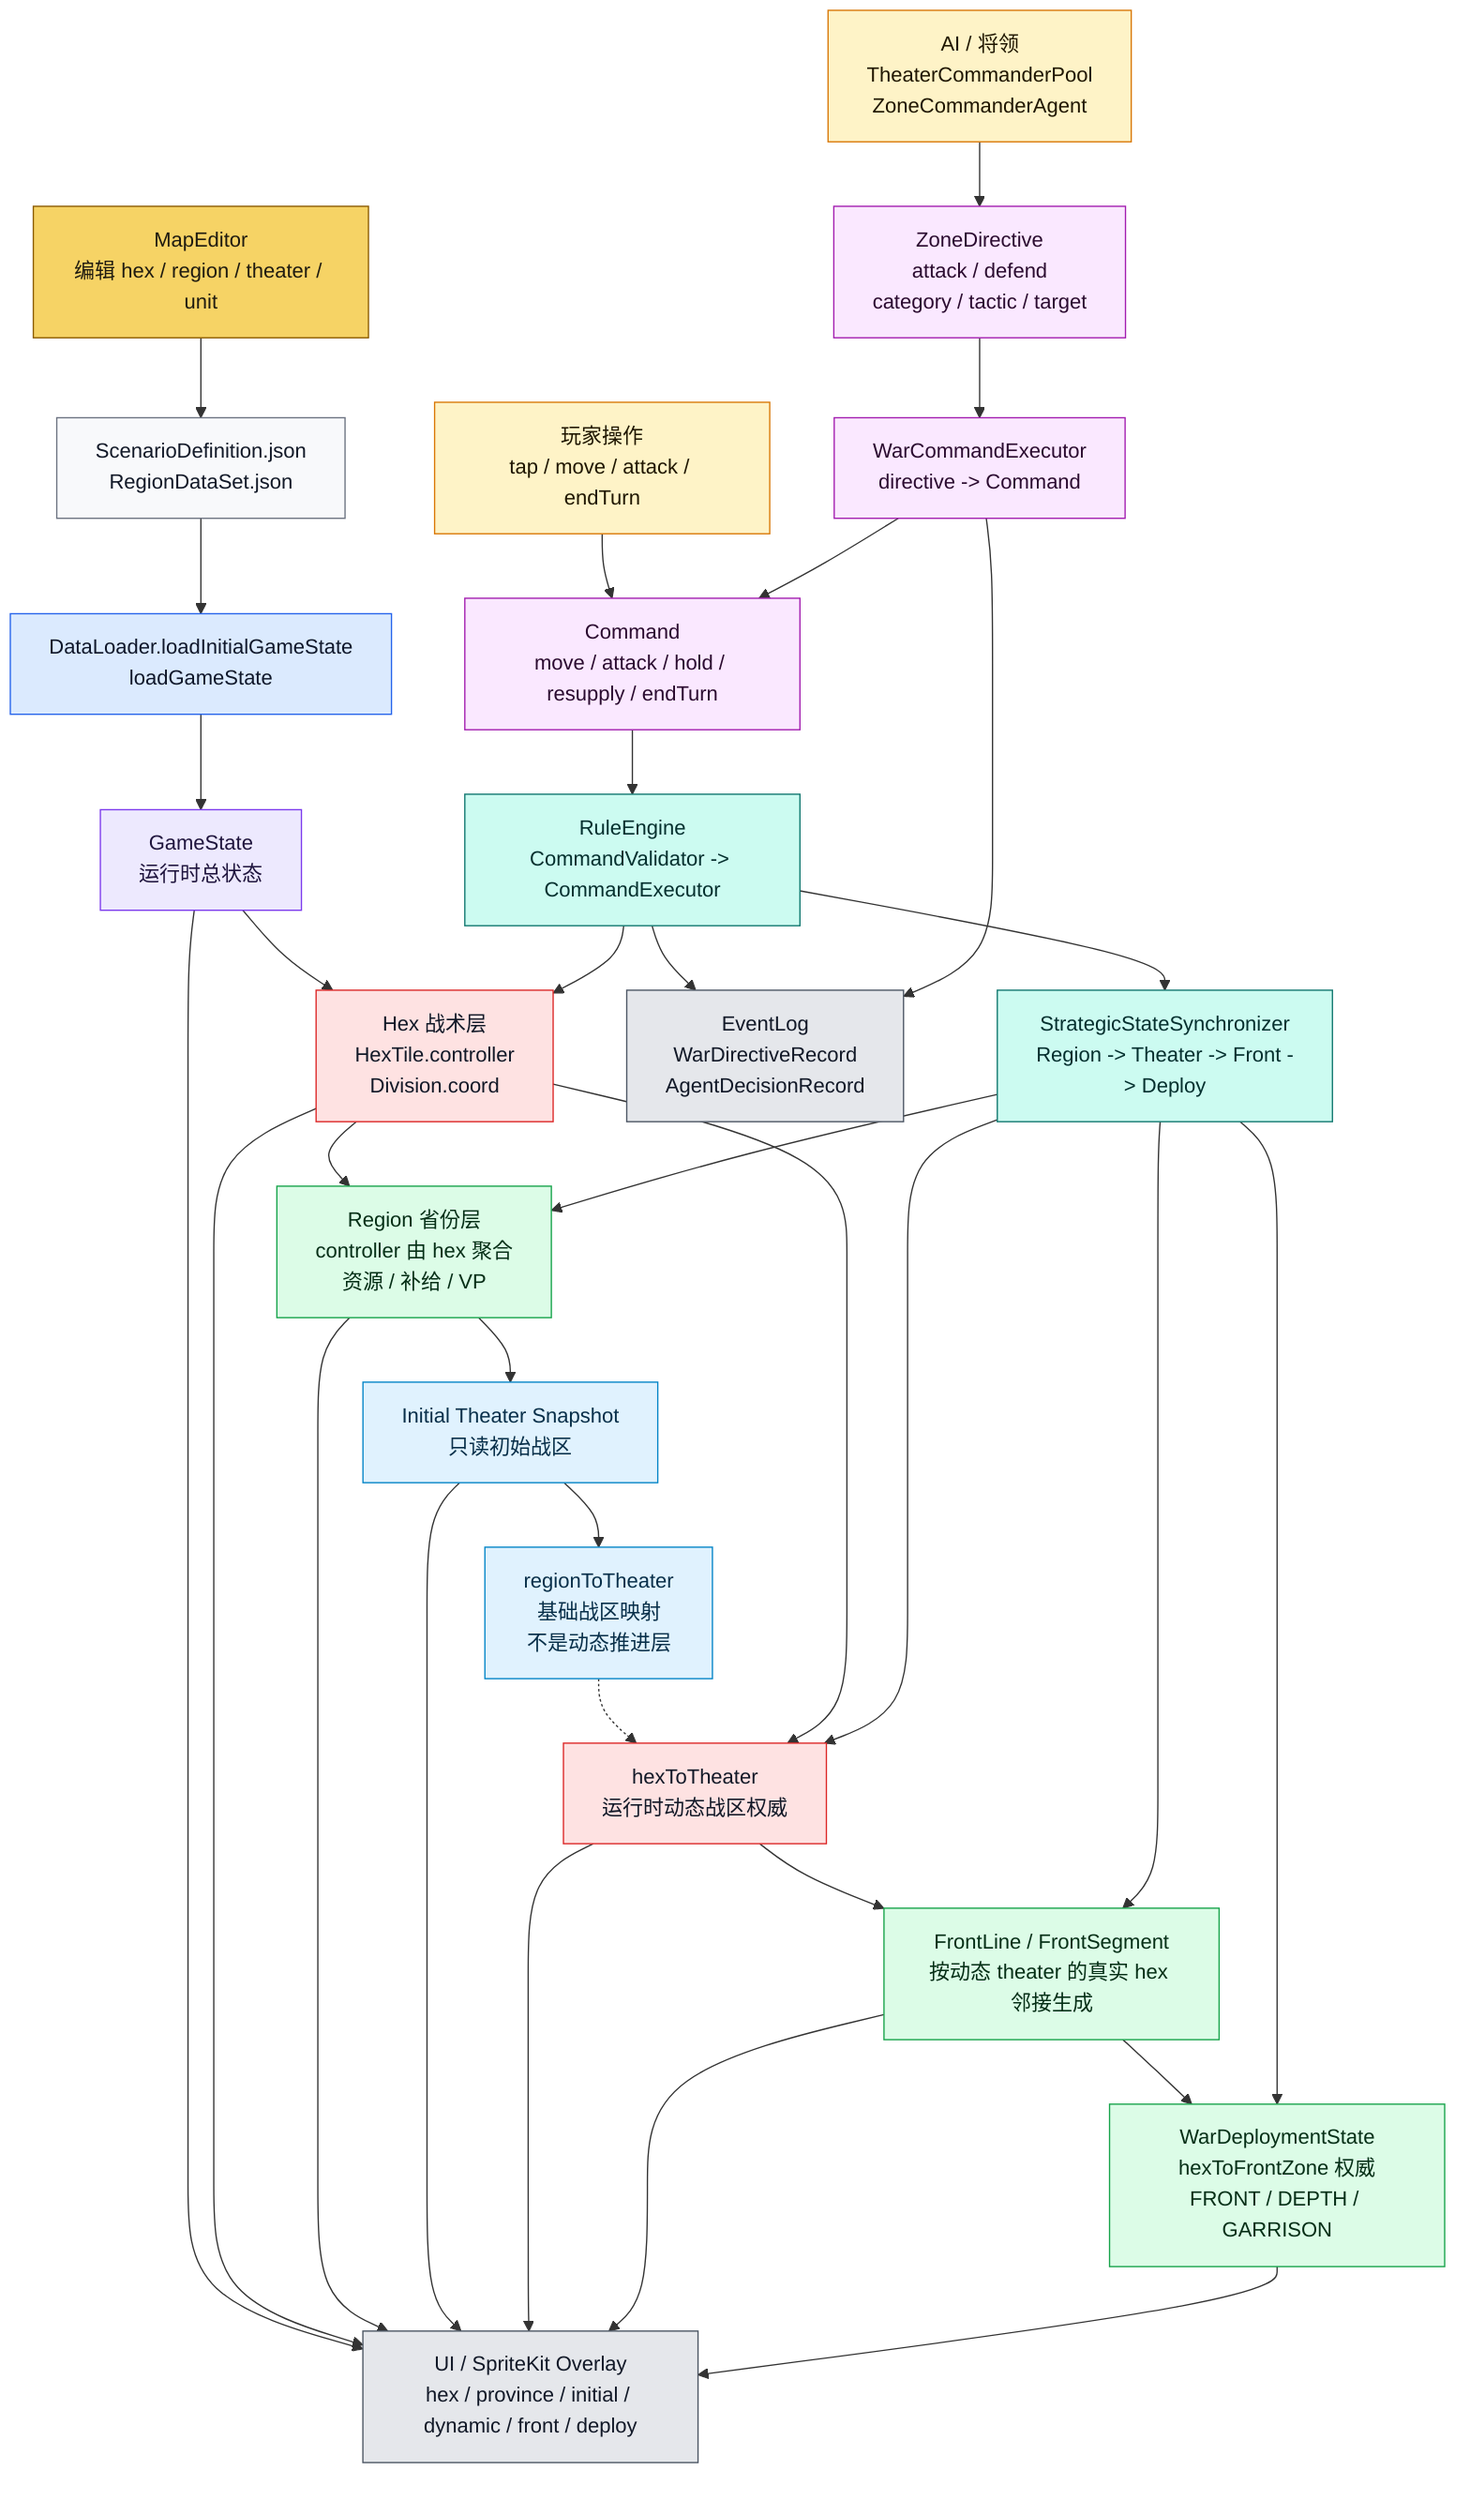
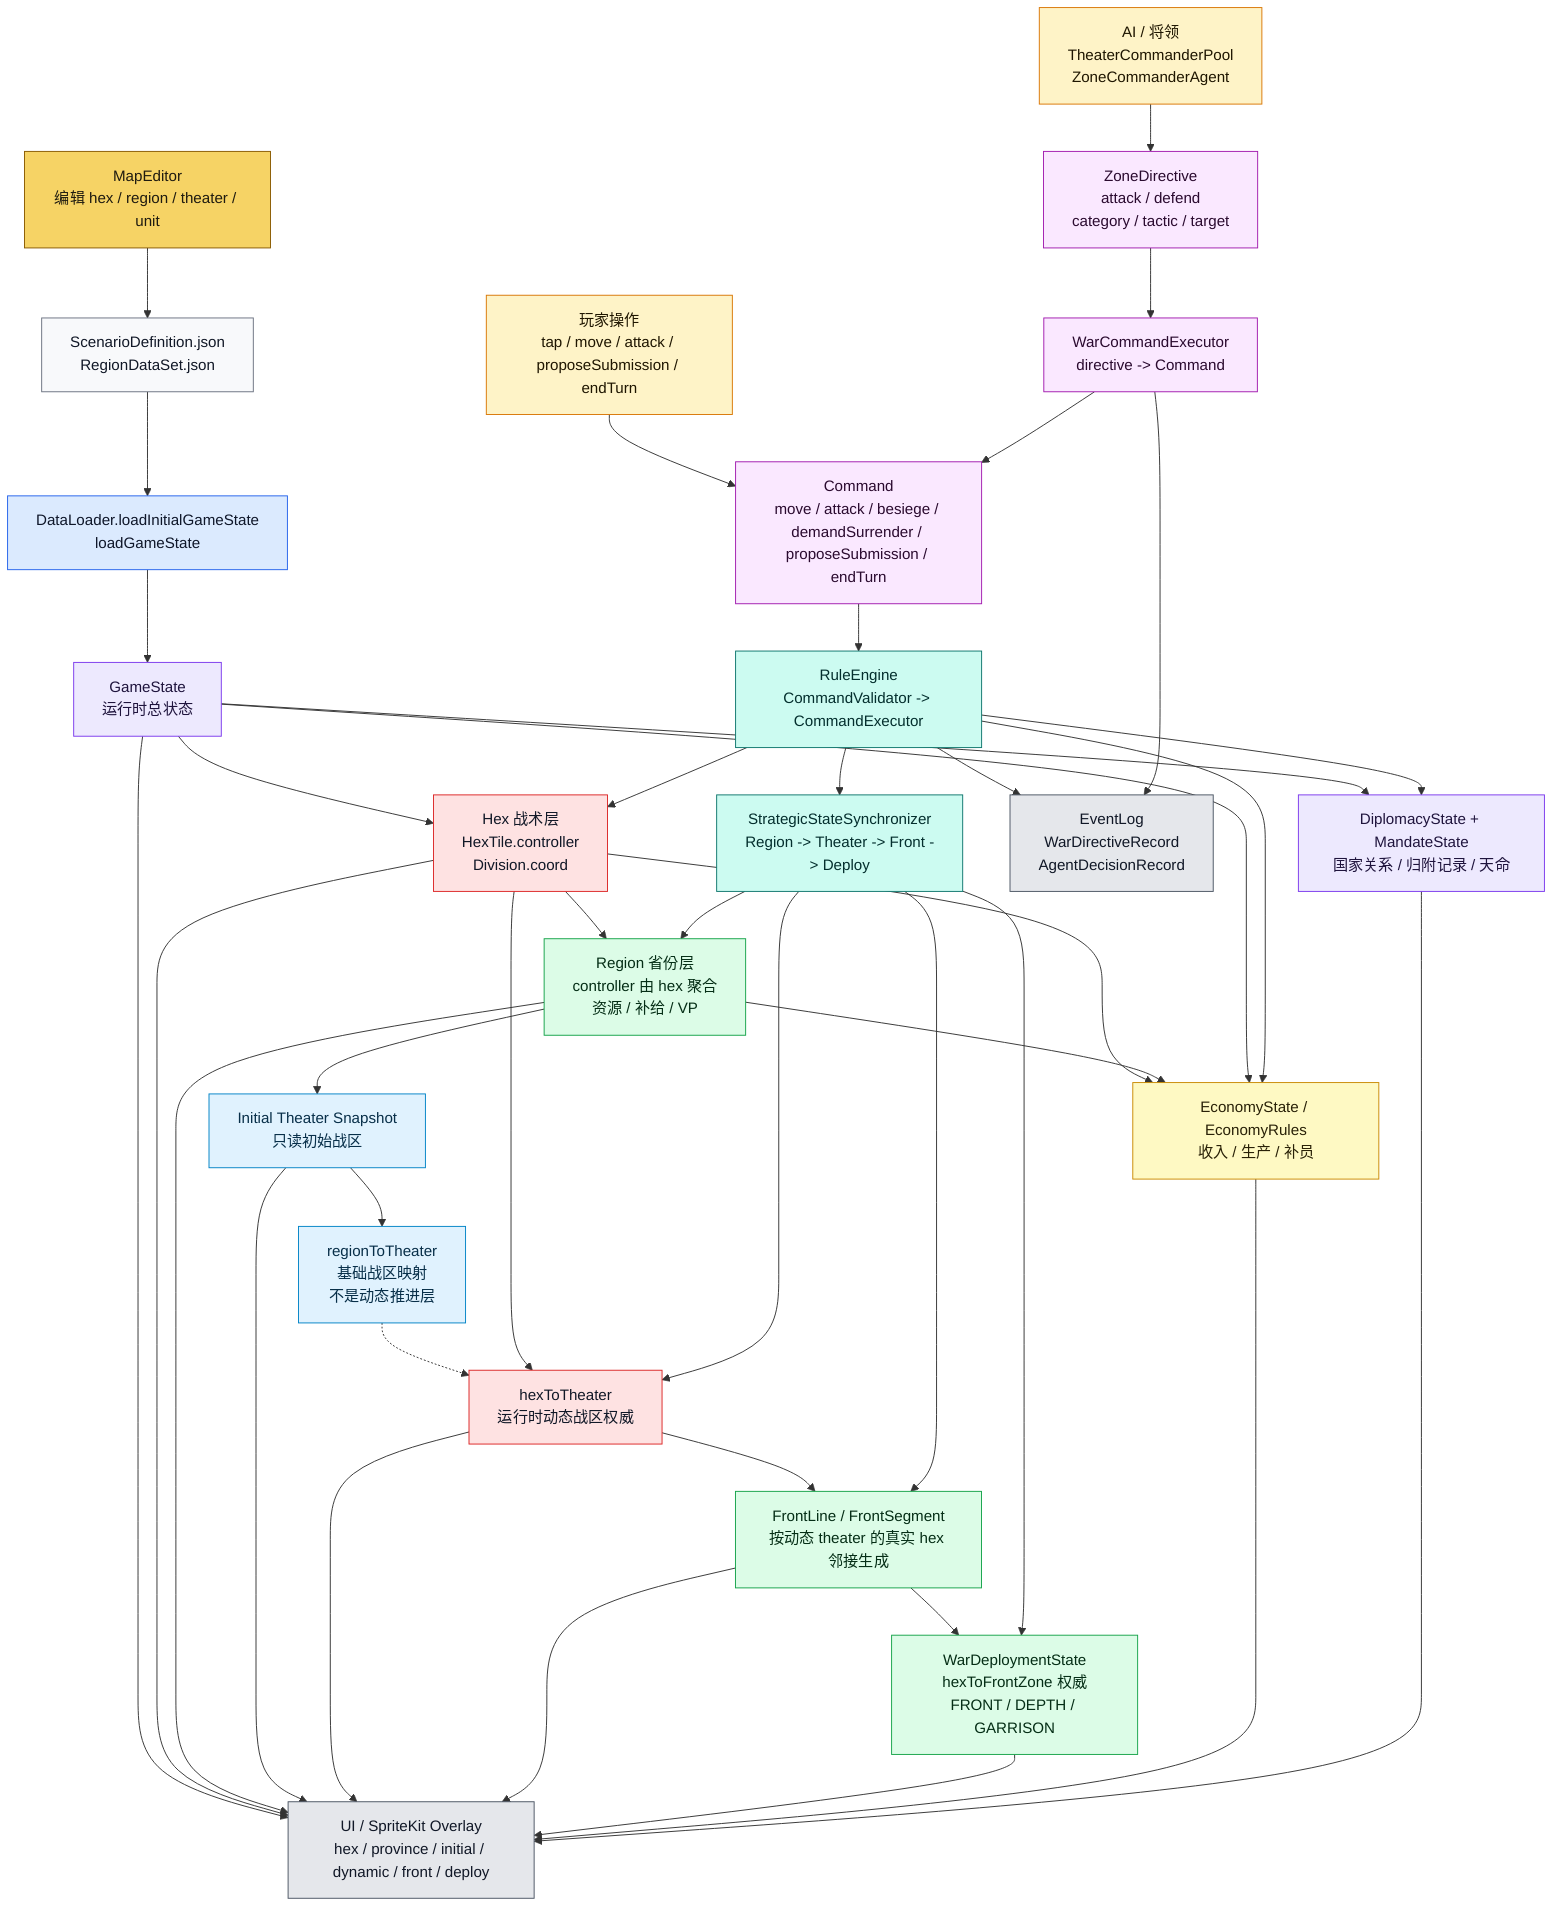
flowchart TD
    ME["MapEditor<br/>编辑 hex / region / theater / unit"]:::editor
    JSON["ScenarioDefinition.json<br/>RegionDataSet.json"]:::data
    DL["DataLoader.loadInitialGameState<br/>loadGameState"]:::loader
    GS["GameState<br/>运行时总状态"]:::state

    HEX["Hex 战术层<br/>HexTile.controller<br/>Division.coord"]:::authority
    REGION["Region 省份层<br/>controller 由 hex 聚合<br/>资源 / 补给 / VP"]:::derived
    INIT["Initial Theater Snapshot<br/>只读初始战区"]:::snapshot
    R2T["regionToTheater<br/>基础战区映射<br/>不是动态推进层"]:::snapshot
    H2T["hexToTheater<br/>运行时动态战区权威"]:::authority
    FRONT["FrontLine / FrontSegment<br/>按动态 theater 的真实 hex 邻接生成"]:::derived
    DEPLOY["WarDeploymentState<br/>hexToFrontZone 权威<br/>FRONT / DEPTH / GARRISON"]:::derived
+     ECO["EconomyState / EconomyRules<br/>收入 / 生产 / 补员"]:::economy
+     DIP["DiplomacyState + MandateState<br/>国家关系 / 归附记录 / 天命"]:::state

-     PLAYER["玩家操作<br/>tap / move / attack / endTurn"]:::input
+     PLAYER["玩家操作<br/>tap / move / attack / proposeSubmission / endTurn"]:::input
    AI["AI / 将领<br/>TheaterCommanderPool<br/>ZoneCommanderAgent"]:::input
    ZD["ZoneDirective<br/>attack / defend<br/>category / tactic / target"]:::command
    WCE["WarCommandExecutor<br/>directive -> Command"]:::command
-     CMD["Command<br/>move / attack / hold / resupply / endTurn"]:::command
+     CMD["Command<br/>move / attack / besiege / demandSurrender / proposeSubmission / endTurn"]:::command
    RE["RuleEngine<br/>CommandValidator -> CommandExecutor"]:::rules
    SYNC["StrategicStateSynchronizer<br/>Region -> Theater -> Front -> Deploy"]:::rules

    UI["UI / SpriteKit Overlay<br/>hex / province / initial / dynamic / front / deploy"]:::ui
    LOG["EventLog<br/>WarDirectiveRecord<br/>AgentDecisionRecord"]:::ui

    ME --> JSON --> DL --> GS
    GS --> HEX
    HEX --> REGION
+     HEX --> ECO
+     REGION --> ECO
    REGION --> INIT
    INIT --> R2T
    R2T -.-> H2T
    HEX --> H2T
    H2T --> FRONT --> DEPLOY
+     GS --> ECO
+     GS --> DIP

    PLAYER --> CMD
    AI --> ZD --> WCE --> CMD
    CMD --> RE --> HEX
+     RE --> ECO
+     RE --> DIP
    RE --> SYNC
    SYNC --> REGION
    SYNC --> H2T
    SYNC --> FRONT
    SYNC --> DEPLOY

    GS --> UI
    HEX --> UI
    REGION --> UI
    INIT --> UI
    H2T --> UI
    FRONT --> UI
    DEPLOY --> UI
+     ECO --> UI
+     DIP --> UI
    RE --> LOG
    WCE --> LOG

    classDef editor fill:#f6d365,stroke:#8a5a00,color:#1f1b10
    classDef data fill:#f8f9fb,stroke:#6b7280,color:#111827
    classDef loader fill:#dbeafe,stroke:#2563eb,color:#0f172a
    classDef state fill:#ede9fe,stroke:#7c3aed,color:#1f143d
    classDef authority fill:#fee2e2,stroke:#dc2626,color:#111827
    classDef derived fill:#dcfce7,stroke:#16a34a,color:#052e16
    classDef snapshot fill:#e0f2fe,stroke:#0284c7,color:#082f49
    classDef input fill:#fef3c7,stroke:#d97706,color:#1f1600
+     classDef economy fill:#fef9c3,stroke:#ca8a04,color:#292107
    classDef command fill:#fae8ff,stroke:#a21caf,color:#2a0a2f
    classDef rules fill:#ccfbf1,stroke:#0f766e,color:#042f2e
    classDef ui fill:#e5e7eb,stroke:#4b5563,color:#111827
